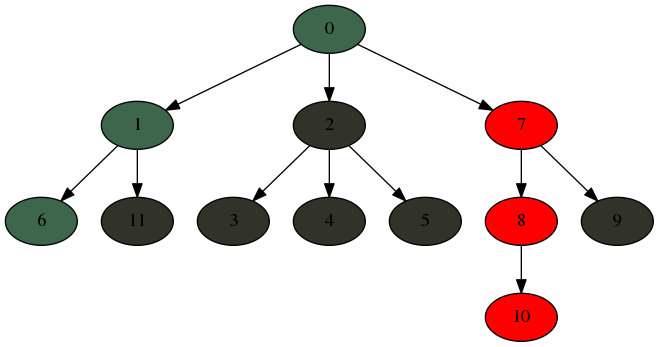
Above: fitch_res.png in MenshovSergey/Fitch (Graphviz), before the change. Its source is kept beside it as fitch_res.dot.
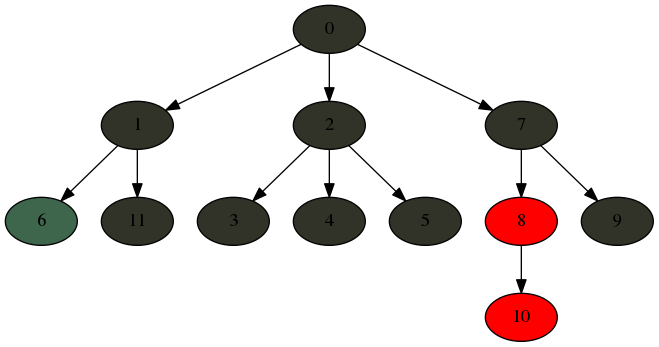
Above is the later version.

The edit, as a diff of the source:
```diff
@@ -1,7 +1,7 @@
 digraph fitch_res{
-0 [style=filled,fillcolor="0.4 0.4 0.4"]
+0 [style=filled,fillcolor="0.2 0.2 0.2"]
 0->1;
-1 [style=filled,fillcolor="0.4 0.4 0.4"]
+1 [style=filled,fillcolor="0.2 0.2 0.2"]
 1->6;
 6 [style=filled,fillcolor="0.4 0.4 0.4"]
 1->11;
@@ -15,7 +15,7 @@
 2->5;
 5 [style=filled,fillcolor="0.2 0.2 0.2"]
 0->7;
-7 [style=filled,fillcolor="1.0 1.0 1.0"]
+7 [style=filled,fillcolor="0.2 0.2 0.2"]
 7->8;
 8 [style=filled,fillcolor="1.0 1.0 1.0"]
 8->10;
```
